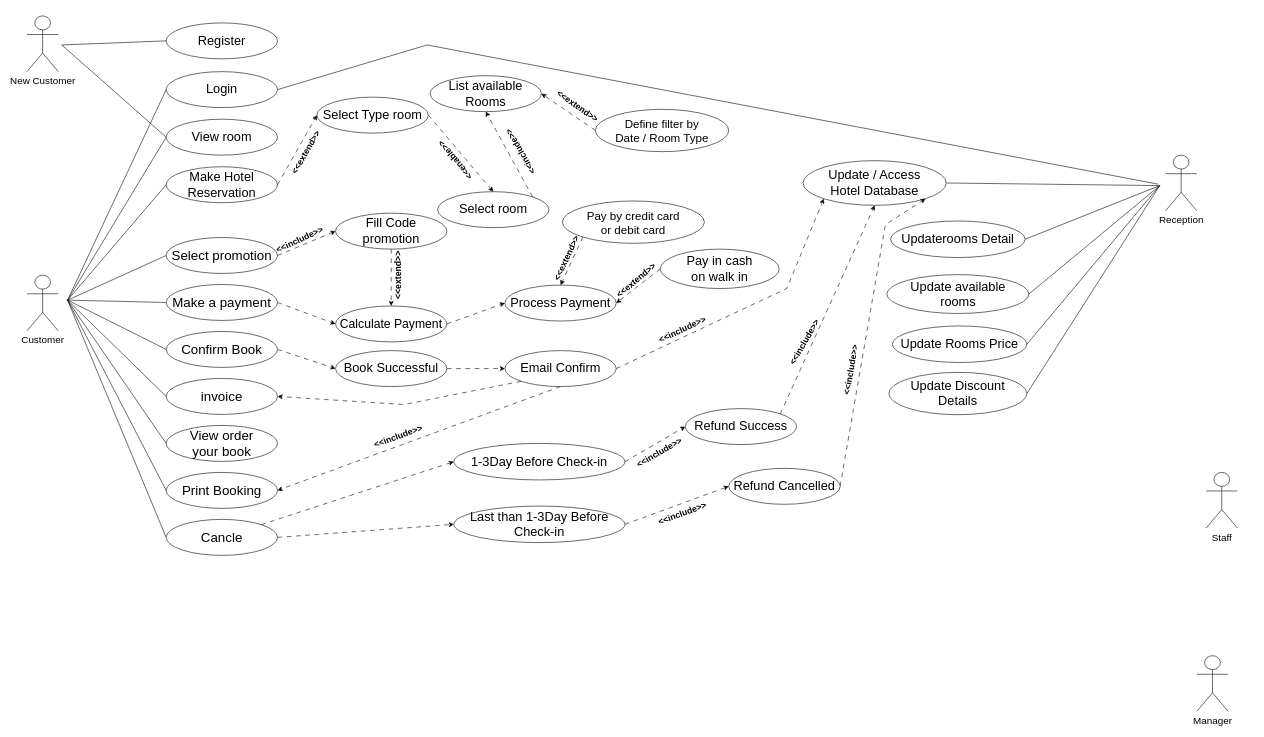
Above: usecase1.drawio in Yaya25aom/bookhotel (draw.io), before the change. Source tidied: cells renumbered, new cells numbered last; positions are measured from the earlier drawing's top-left corner, leaving out a move shared by most shapes. Both pictures are drawn from the tidied source at 58%, with x=0, y=0 at pixel (27, 16).
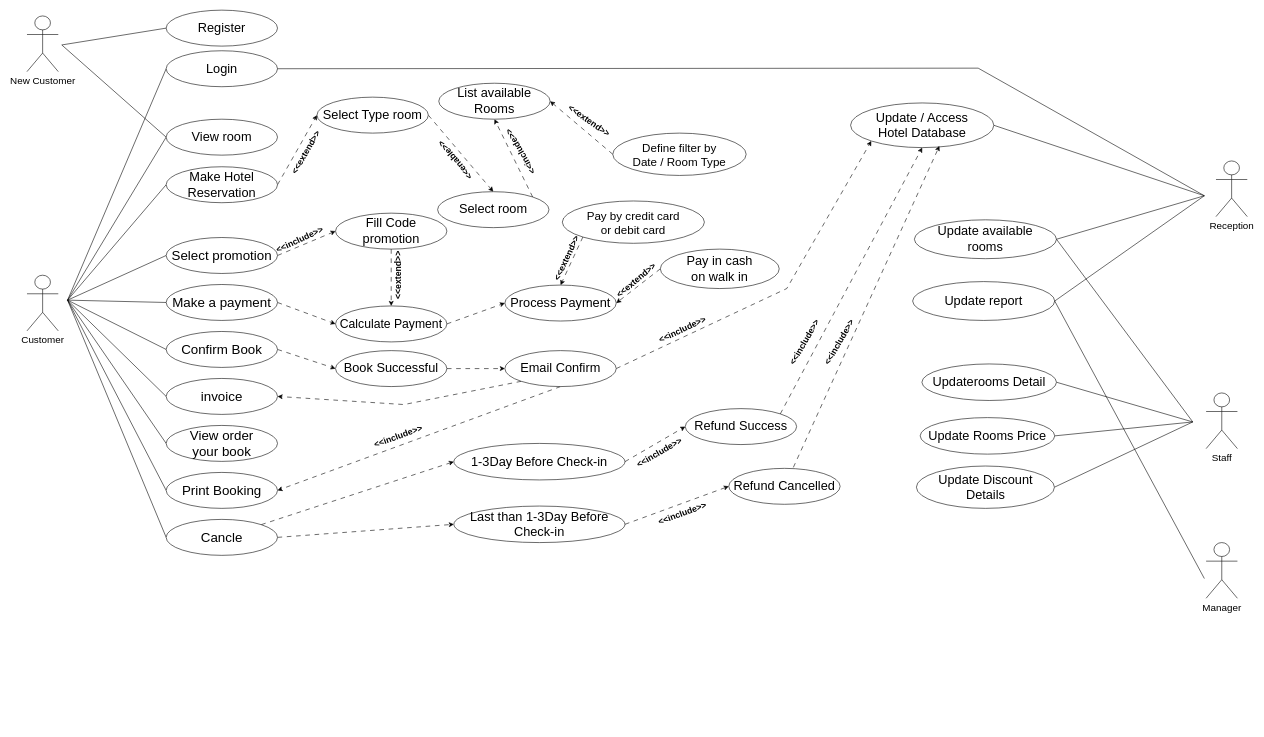
Above is the later version.

The change refers to these unchanged cells:
```xml
<mxCell id="68" value="&lt;font style=&quot;font-size: 22px;&quot;&gt;Refund Cancelled&lt;/font&gt;" style="ellipse;whiteSpace=wrap;html=1;" parent="1" vertex="1">
  <mxGeometry x="1210" y="780" width="192" height="62" as="geometry" />
</mxCell>
```

Change to the diagram source:
```diff
@@
     <mxCell id="4" value="&lt;font style=&quot;font-size: 22px;&quot;&gt;Register&lt;/font&gt;" style="ellipse;whiteSpace=wrap;html=1;" parent="1" vertex="1">
-      <mxGeometry x="240" y="12" width="192" height="62" as="geometry" />
+      <mxGeometry x="240" y="-10" width="192" height="62" as="geometry" />
     </mxCell>
@@
-    <mxCell id="6" style="edgeStyle=none;shape=connector;rounded=0;jettySize=auto;html=1;exitX=1;exitY=0.5;exitDx=0;exitDy=0;labelBackgroundColor=default;fontFamily=Helvetica;fontSize=11;fontColor=default;endArrow=none;endFill=0;" parent="1" edge="1" source="7">
-      <mxGeometry relative="1" as="geometry">
-        <mxPoint x="1950" y="290" as="targetPoint" />
-        <Array as="points">
-          <mxPoint x="690" y="50" />
-        </Array>
-      </mxGeometry>
-    </mxCell>
     <mxCell id="7" value="&lt;font style=&quot;font-size: 22px;&quot;&gt;Login&lt;/font&gt;" style="ellipse;whiteSpace=wrap;html=1;" parent="1" vertex="1">
-      <mxGeometry x="240" y="96" width="192" height="62" as="geometry" />
+      <mxGeometry x="240" y="60" width="192" height="62" as="geometry" />
     </mxCell>
@@
     <mxCell id="38" value="&lt;font style=&quot;font-size: 22px;&quot;&gt;List available Rooms&lt;/font&gt;" style="ellipse;whiteSpace=wrap;html=1;" parent="1" vertex="1">
-      <mxGeometry x="695" y="103" width="192" height="62" as="geometry" />
+      <mxGeometry x="710" y="116" width="192" height="62" as="geometry" />
     </mxCell>
@@
     <mxCell id="54" value="&lt;font style=&quot;font-size: 17px;&quot;&gt;Reception&lt;/font&gt;" style="shape=umlActor;verticalLabelPosition=bottom;verticalAlign=top;html=1;" parent="1" vertex="1">
-      <mxGeometry x="1963" y="240" width="54" height="96" as="geometry" />
+      <mxGeometry x="2050" y="250" width="54" height="96" as="geometry" />
     </mxCell>
-    <mxCell id="55" style="edgeStyle=none;shape=connector;rounded=0;jettySize=auto;html=1;exitX=1;exitY=0.5;exitDx=0;exitDy=0;labelBackgroundColor=default;fontFamily=Helvetica;fontSize=11;fontColor=default;endArrow=none;endFill=0;" parent="1" edge="1" source="56">
-      <mxGeometry relative="1" as="geometry">
-        <mxPoint x="1953" y="292.5" as="targetPoint" />
-      </mxGeometry>
-    </mxCell>
-    <mxCell id="56" value="&lt;font style=&quot;font-size: 22px;&quot;&gt;Updaterooms Detail&lt;/font&gt;" style="ellipse;whiteSpace=wrap;html=1;" parent="1" vertex="1">
-      <mxGeometry x="1489" y="353.5" width="232" height="63" as="geometry" />
-    </mxCell>
     <mxCell id="57" style="edgeStyle=none;shape=connector;rounded=0;jettySize=auto;html=1;exitX=1;exitY=0.5;exitDx=0;exitDy=0;labelBackgroundColor=default;fontFamily=Helvetica;fontSize=11;fontColor=default;endArrow=none;endFill=0;" parent="1" edge="1" source="58">
       <mxGeometry relative="1" as="geometry">
-        <mxPoint x="1953" y="292.5" as="targetPoint" />
+        <mxPoint x="2030" y="310" as="targetPoint" />
       </mxGeometry>
     </mxCell>
     <mxCell id="58" value="&lt;font style=&quot;font-size: 22px;&quot;&gt;Update / Access&lt;br&gt;Hotel Database&lt;/font&gt;" style="ellipse;whiteSpace=wrap;html=1;" parent="1" vertex="1">
-      <mxGeometry x="1338" y="249.5" width="247" height="77" as="geometry" />
+      <mxGeometry x="1420" y="150" width="247" height="77" as="geometry" />
     </mxCell>
     <mxCell id="59" style="edgeStyle=none;shape=connector;rounded=0;jettySize=auto;html=1;exitX=1;exitY=0.5;exitDx=0;exitDy=0;labelBackgroundColor=default;fontFamily=Helvetica;fontSize=11;fontColor=default;endArrow=none;endFill=0;" parent="1" edge="1" source="60">
       <mxGeometry relative="1" as="geometry">
-        <mxPoint x="1953" y="292.5" as="targetPoint" />
+        <mxPoint x="2030" y="310" as="targetPoint" />
       </mxGeometry>
     </mxCell>
     <mxCell id="60" value="&lt;font style=&quot;font-size: 22px;&quot;&gt;Update available&lt;br&gt;rooms&lt;/font&gt;" style="ellipse;whiteSpace=wrap;html=1;" parent="1" vertex="1">
-      <mxGeometry x="1482.5" y="446" width="245" height="67" as="geometry" />
+      <mxGeometry x="1530" y="351.5" width="245" height="67" as="geometry" />
     </mxCell>
-    <mxCell id="61" style="edgeStyle=none;shape=connector;rounded=0;jettySize=auto;html=1;exitX=1;exitY=0.5;exitDx=0;exitDy=0;labelBackgroundColor=default;fontFamily=Helvetica;fontSize=11;fontColor=default;endArrow=none;endFill=0;" parent="1" edge="1" source="62">
-      <mxGeometry relative="1" as="geometry">
-        <mxPoint x="1953" y="292.5" as="targetPoint" />
-      </mxGeometry>
-    </mxCell>
-    <mxCell id="62" value="&lt;font style=&quot;font-size: 22px;&quot;&gt;Update Rooms Price&lt;/font&gt;" style="ellipse;whiteSpace=wrap;html=1;" parent="1" vertex="1">
-      <mxGeometry x="1492" y="534.5" width="232" height="63" as="geometry" />
-    </mxCell>
-    <mxCell id="63" style="edgeStyle=none;shape=connector;rounded=0;jettySize=auto;html=1;exitX=1;exitY=0.5;exitDx=0;exitDy=0;labelBackgroundColor=default;fontFamily=Helvetica;fontSize=11;fontColor=default;endArrow=none;endFill=0;" parent="1" edge="1" source="64">
-      <mxGeometry relative="1" as="geometry">
-        <mxPoint x="1953" y="292.5" as="targetPoint" />
-      </mxGeometry>
-    </mxCell>
-    <mxCell id="64" value="&lt;font style=&quot;font-size: 22px;&quot;&gt;Update Discount&lt;br&gt;Details&lt;/font&gt;" style="ellipse;whiteSpace=wrap;html=1;" parent="1" vertex="1">
-      <mxGeometry x="1486" y="614.5" width="238" height="73" as="geometry" />
-    </mxCell>
@@
-    <mxCell id="67" style="edgeStyle=none;shape=connector;rounded=0;jettySize=auto;html=1;exitX=1;exitY=0.5;exitDx=0;exitDy=0;entryX=1;entryY=1;entryDx=0;entryDy=0;dashed=1;dashPattern=8 8;labelBackgroundColor=default;strokeColor=default;fontFamily=Helvetica;fontSize=11;fontColor=default;endArrow=classic;endFill=1;" parent="1" edge="1" source="68" target="58">
-      <mxGeometry relative="1" as="geometry">
-        <Array as="points">
-          <mxPoint x="1480" y="360" />
-        </Array>
-      </mxGeometry>
+    <mxCell id="67" style="shape=connector;rounded=0;jettySize=auto;html=1;exitX=0.58;exitY=-0.027;exitDx=0;exitDy=0;entryX=0.62;entryY=0.964;entryDx=0;entryDy=0;dashed=1;dashPattern=8 8;labelBackgroundColor=default;strokeColor=default;fontFamily=Helvetica;fontSize=11;fontColor=default;endArrow=classic;endFill=1;exitPerimeter=0;entryPerimeter=0;" parent="1" edge="1" source="68" target="58">
+      <mxGeometry relative="1" as="geometry" />
     </mxCell>
@@
     <mxCell id="73" value="&lt;font style=&quot;font-size: 17px;&quot;&gt;Manager&lt;/font&gt;" style="shape=umlActor;verticalLabelPosition=bottom;verticalAlign=top;html=1;" parent="1" vertex="1">
-      <mxGeometry x="2017" y="1103" width="54" height="96" as="geometry" />
+      <mxGeometry x="2033" y="908" width="54" height="96" as="geometry" />
     </mxCell>
     <mxCell id="74" value="&lt;font style=&quot;font-size: 17px;&quot;&gt;Staff&lt;/font&gt;" style="shape=umlActor;verticalLabelPosition=bottom;verticalAlign=top;html=1;" parent="1" vertex="1">
-      <mxGeometry x="2033" y="787" width="54" height="96" as="geometry" />
+      <mxGeometry x="2033" y="650" width="54" height="96" as="geometry" />
     </mxCell>
@@
     <mxCell id="76" value="&lt;span style=&quot;font-size: 20px;&quot;&gt;Define filter by &lt;br&gt;Date / Room Type&lt;/span&gt;" style="ellipse;whiteSpace=wrap;html=1;" parent="1" vertex="1">
-      <mxGeometry x="980" y="161" width="230" height="73" as="geometry" />
+      <mxGeometry x="1010" y="202" width="230" height="73" as="geometry" />
     </mxCell>
@@
-    <mxCell id="79" value="&lt;font style=&quot;font-size: 15px;&quot;&gt;&lt;b&gt;&amp;lt;&amp;lt;include&amp;gt;&amp;gt;&lt;/b&gt;&lt;/font&gt;" style="text;html=1;strokeColor=none;fillColor=none;align=center;verticalAlign=middle;whiteSpace=wrap;rounded=0;fontSize=11;fontFamily=Helvetica;fontColor=default;rotation=-80;" parent="1" vertex="1">
-      <mxGeometry x="1390" y="595" width="60" height="30" as="geometry" />
+    <mxCell id="79" value="&lt;font style=&quot;font-size: 15px;&quot;&gt;&lt;b&gt;&amp;lt;&amp;lt;include&amp;gt;&amp;gt;&lt;/b&gt;&lt;/font&gt;" style="text;html=1;strokeColor=none;fillColor=none;align=center;verticalAlign=middle;whiteSpace=wrap;rounded=0;fontSize=11;fontFamily=Helvetica;fontColor=default;rotation=-60;" parent="1" vertex="1">
+      <mxGeometry x="1370" y="547" width="60" height="30" as="geometry" />
     </mxCell>
@@
     <mxCell id="86" value="&lt;span style=&quot;font-size: 15px;&quot;&gt;&lt;b&gt;&amp;lt;&amp;lt;extend&amp;gt;&amp;gt;&lt;/b&gt;&lt;/span&gt;" style="text;html=1;strokeColor=none;fillColor=none;align=center;verticalAlign=middle;whiteSpace=wrap;rounded=0;fontSize=11;fontFamily=Helvetica;fontColor=default;rotation=35;" parent="1" vertex="1">
-      <mxGeometry x="920" y="140" width="60" height="30" as="geometry" />
+      <mxGeometry x="940" y="165" width="60" height="30" as="geometry" />
     </mxCell>
@@
+    <mxCell id="91" style="edgeStyle=none;shape=connector;rounded=0;jettySize=auto;html=1;exitX=1;exitY=0.5;exitDx=0;exitDy=0;labelBackgroundColor=default;fontFamily=Helvetica;fontSize=11;fontColor=default;endArrow=none;endFill=0;" parent="1" edge="1" source="56">
+      <mxGeometry relative="1" as="geometry">
+        <mxPoint x="2010" y="700" as="targetPoint" />
+      </mxGeometry>
+    </mxCell>
+    <mxCell id="56" value="&lt;font style=&quot;font-size: 22px;&quot;&gt;Updaterooms Detail&lt;/font&gt;" style="ellipse;whiteSpace=wrap;html=1;" parent="1" vertex="1">
+      <mxGeometry x="1543" y="600" width="232" height="63" as="geometry" />
+    </mxCell>
+    <mxCell id="92" style="edgeStyle=none;shape=connector;rounded=0;jettySize=auto;html=1;exitX=1;exitY=0.5;exitDx=0;exitDy=0;labelBackgroundColor=default;fontFamily=Helvetica;fontSize=11;fontColor=default;endArrow=none;endFill=0;" parent="1" edge="1" source="62">
+      <mxGeometry relative="1" as="geometry">
+        <mxPoint x="2010" y="700" as="targetPoint" />
+      </mxGeometry>
+    </mxCell>
+    <mxCell id="62" value="&lt;font style=&quot;font-size: 22px;&quot;&gt;Update Rooms Price&lt;/font&gt;" style="ellipse;whiteSpace=wrap;html=1;" parent="1" vertex="1">
+      <mxGeometry x="1540" y="692.5" width="232" height="63" as="geometry" />
+    </mxCell>
+    <mxCell id="93" style="edgeStyle=none;shape=connector;rounded=0;jettySize=auto;html=1;exitX=1;exitY=0.5;exitDx=0;exitDy=0;labelBackgroundColor=default;fontFamily=Helvetica;fontSize=11;fontColor=default;endArrow=none;endFill=0;" parent="1" edge="1" source="64">
+      <mxGeometry relative="1" as="geometry">
+        <mxPoint x="2010" y="700" as="targetPoint" />
+      </mxGeometry>
+    </mxCell>
+    <mxCell id="64" value="&lt;font style=&quot;font-size: 22px;&quot;&gt;Update Discount&lt;br&gt;Details&lt;/font&gt;" style="ellipse;whiteSpace=wrap;html=1;" parent="1" vertex="1">
+      <mxGeometry x="1533.5" y="776" width="238" height="73" as="geometry" />
+    </mxCell>
+    <mxCell id="94" style="edgeStyle=none;shape=connector;rounded=0;jettySize=auto;html=1;exitX=1;exitY=0.5;exitDx=0;exitDy=0;labelBackgroundColor=default;fontFamily=Helvetica;fontSize=11;fontColor=default;endArrow=none;endFill=0;" parent="1" edge="1" source="95">
+      <mxGeometry relative="1" as="geometry">
+        <mxPoint x="2030" y="310" as="targetPoint" />
+      </mxGeometry>
+    </mxCell>
+    <mxCell id="95" value="&lt;font style=&quot;font-size: 22px;&quot;&gt;Update report&lt;br&gt;&lt;/font&gt;" style="ellipse;whiteSpace=wrap;html=1;" parent="1" vertex="1">
+      <mxGeometry x="1527" y="458" width="245" height="67" as="geometry" />
+    </mxCell>
+    <mxCell id="96" style="edgeStyle=none;shape=connector;rounded=0;jettySize=auto;html=1;exitX=1;exitY=0.5;exitDx=0;exitDy=0;labelBackgroundColor=default;fontFamily=Helvetica;fontSize=11;fontColor=default;endArrow=none;endFill=0;" parent="1" edge="1" source="95">
+      <mxGeometry relative="1" as="geometry">
+        <mxPoint x="2030" y="970" as="targetPoint" />
+      </mxGeometry>
+    </mxCell>
+    <mxCell id="97" style="edgeStyle=none;shape=connector;rounded=0;jettySize=auto;html=1;exitX=1;exitY=0.5;exitDx=0;exitDy=0;labelBackgroundColor=default;fontFamily=Helvetica;fontSize=11;fontColor=default;endArrow=none;endFill=0;" parent="1" edge="1" source="60">
+      <mxGeometry relative="1" as="geometry">
+        <mxPoint x="2010" y="700" as="targetPoint" />
+      </mxGeometry>
+    </mxCell>
+    <mxCell id="98" style="edgeStyle=none;shape=connector;rounded=0;orthogonalLoop=1;jettySize=auto;html=1;labelBackgroundColor=default;fontFamily=Helvetica;fontSize=11;fontColor=default;endArrow=none;endFill=0;" parent="1" edge="1">
+      <mxGeometry relative="1" as="geometry">
+        <mxPoint x="1640" y="90" as="sourcePoint" />
+        <mxPoint x="2030" y="310" as="targetPoint" />
+      </mxGeometry>
+    </mxCell>
+    <mxCell id="99" style="edgeStyle=none;shape=connector;rounded=0;jettySize=auto;html=1;exitX=1;exitY=0.5;exitDx=0;exitDy=0;labelBackgroundColor=default;fontFamily=Helvetica;fontSize=11;fontColor=default;endArrow=none;endFill=0;" parent="1" edge="1" source="7">
+      <mxGeometry relative="1" as="geometry">
+        <mxPoint x="1640" y="90" as="targetPoint" />
+      </mxGeometry>
+    </mxCell>
```
